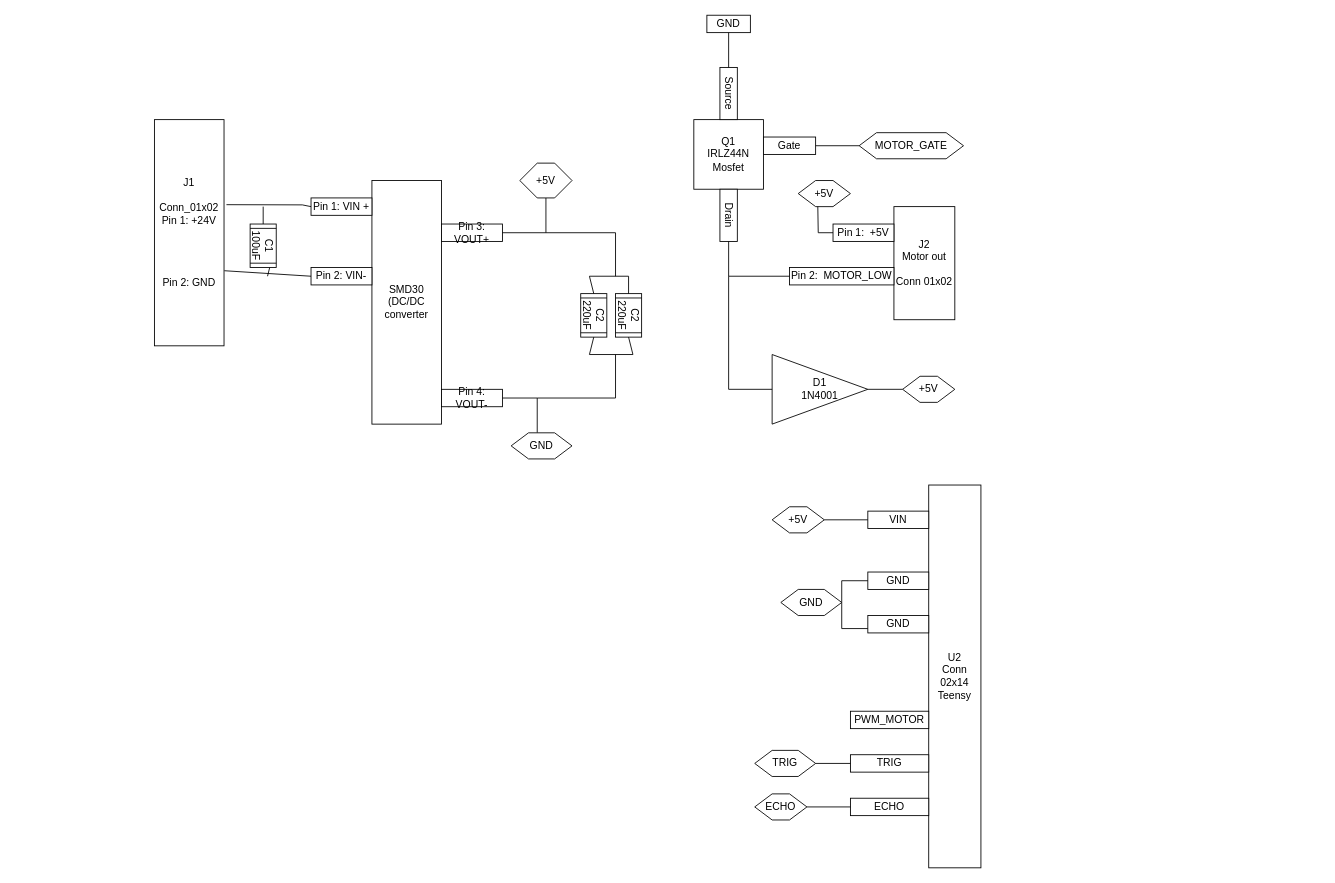
RafCosta10/TB-ELEC keeps this draw.io diagram as hardware/kicad/Tentative_Circuit.drawio. Above is the earlier version. Source tidied: cells renumbered, new cells numbered last; positions are measured from the earlier drawing's top-left corner, leaving out a move shared by most shapes. Both pictures are drawn from the tidied source at 87%, with x=0, y=0 at pixel (154, 15).
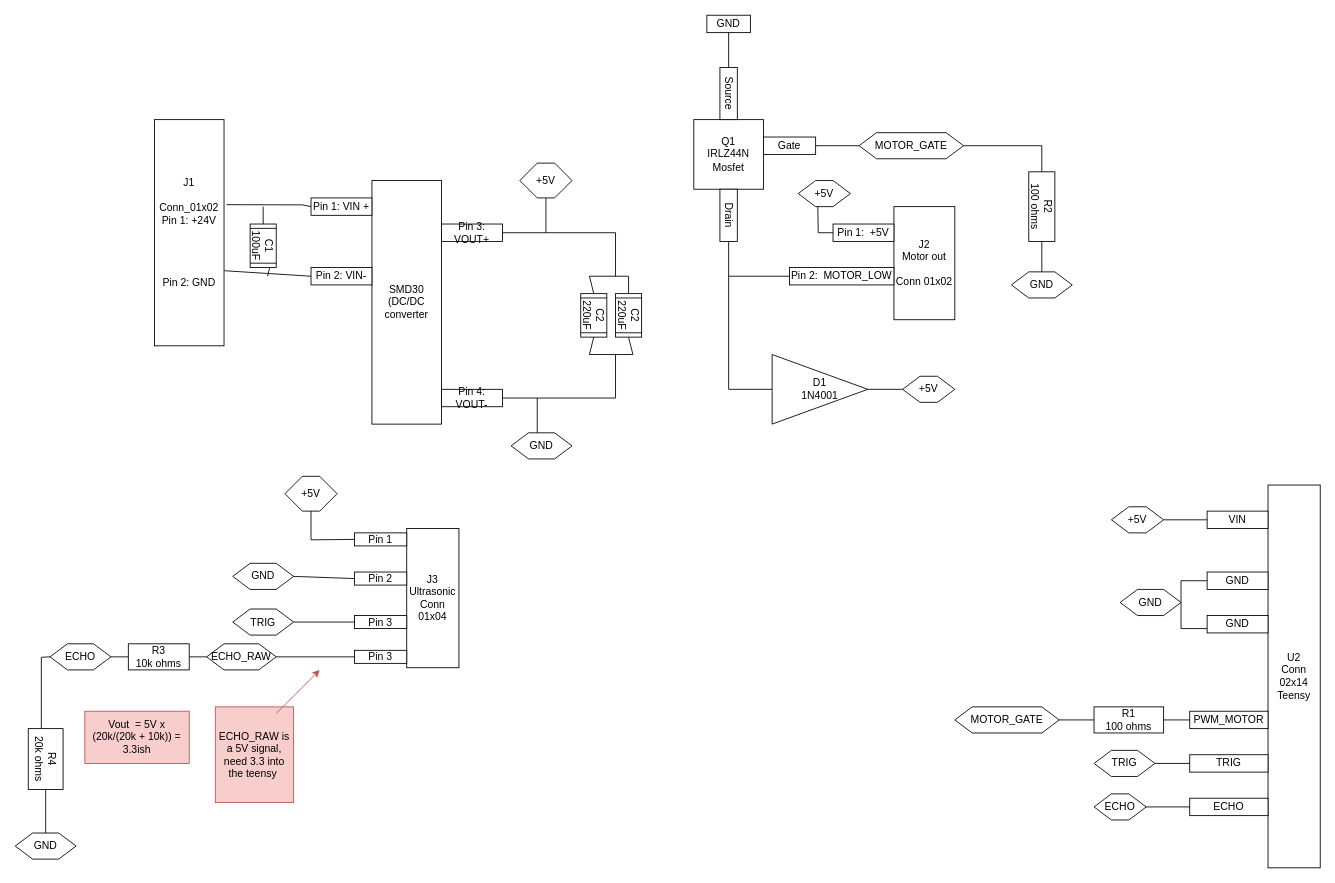
Above is the later version.

Unchanged cells that the change refers to:
```xml
<mxCell id="35" value="MOTOR_GATE" style="shape=hexagon;perimeter=hexagonPerimeter2;whiteSpace=wrap;html=1;fixedSize=1;" parent="1" vertex="1">
  <mxGeometry x="810" y="135" width="120" height="30" as="geometry" />
</mxCell>
```

Change to the diagram source:
```diff
@@
     <mxCell id="40" value="&lt;div&gt;U2&lt;/div&gt;Conn 02x14&lt;div&gt;Teensy&lt;/div&gt;" style="rounded=0;whiteSpace=wrap;html=1;" parent="1" vertex="1">
-      <mxGeometry x="890" y="540" width="60" height="440" as="geometry" />
+      <mxGeometry x="1280" y="540" width="60" height="440" as="geometry" />
     </mxCell>
     <mxCell id="41" value="VIN" style="rounded=0;whiteSpace=wrap;html=1;" parent="1" vertex="1">
-      <mxGeometry x="820" y="570" width="70" height="20" as="geometry" />
+      <mxGeometry x="1210" y="570" width="70" height="20" as="geometry" />
     </mxCell>
     <mxCell id="42" value="GND" style="rounded=0;whiteSpace=wrap;html=1;" parent="1" vertex="1">
-      <mxGeometry x="820" y="640" width="70" height="20" as="geometry" />
+      <mxGeometry x="1210" y="640" width="70" height="20" as="geometry" />
     </mxCell>
     <mxCell id="43" value="+5V" style="shape=hexagon;perimeter=hexagonPerimeter2;whiteSpace=wrap;html=1;fixedSize=1;" parent="1" vertex="1">
-      <mxGeometry x="710" y="565" width="60" height="30" as="geometry" />
+      <mxGeometry x="1100" y="565" width="60" height="30" as="geometry" />
     </mxCell>
@@
     <mxCell id="45" value="GND" style="rounded=0;whiteSpace=wrap;html=1;" parent="1" vertex="1">
-      <mxGeometry x="820" y="690" width="70" height="20" as="geometry" />
+      <mxGeometry x="1210" y="690" width="70" height="20" as="geometry" />
     </mxCell>
     <mxCell id="46" value="PWM_MOTOR" style="rounded=0;whiteSpace=wrap;html=1;" parent="1" vertex="1">
-      <mxGeometry x="800" y="800" width="90" height="20" as="geometry" />
+      <mxGeometry x="1190" y="800" width="90" height="20" as="geometry" />
     </mxCell>
     <mxCell id="47" value="TRIG" style="rounded=0;whiteSpace=wrap;html=1;" parent="1" vertex="1">
-      <mxGeometry x="800" y="850" width="90" height="20" as="geometry" />
+      <mxGeometry x="1190" y="850" width="90" height="20" as="geometry" />
     </mxCell>
     <mxCell id="48" value="ECHO" style="rounded=0;whiteSpace=wrap;html=1;" parent="1" vertex="1">
-      <mxGeometry x="800" y="900" width="90" height="20" as="geometry" />
+      <mxGeometry x="1190" y="900" width="90" height="20" as="geometry" />
     </mxCell>
     <mxCell id="49" value="TRIG" style="shape=hexagon;perimeter=hexagonPerimeter2;whiteSpace=wrap;html=1;fixedSize=1;" parent="1" vertex="1">
-      <mxGeometry x="690" y="845" width="70" height="30" as="geometry" />
+      <mxGeometry x="1080" y="845" width="70" height="30" as="geometry" />
     </mxCell>
     <mxCell id="50" value="ECHO" style="shape=hexagon;perimeter=hexagonPerimeter2;whiteSpace=wrap;html=1;fixedSize=1;" parent="1" vertex="1">
-      <mxGeometry x="690" y="895" width="60" height="30" as="geometry" />
+      <mxGeometry x="1080" y="895" width="60" height="30" as="geometry" />
     </mxCell>
@@
     <mxCell id="53" style="endArrow=none;html=1;rounded=0;entryX=0;entryY=0.5;entryDx=0;entryDy=0;exitX=0;exitY=0.75;exitDx=0;exitDy=0;" parent="1" edge="1" source="45" target="42">
       <mxGeometry relative="1" as="geometry">
         <Array as="points">
-          <mxPoint x="790" y="705" />
-          <mxPoint x="790" y="650" />
+          <mxPoint x="1180" y="705" />
+          <mxPoint x="1180" y="650" />
         </Array>
       </mxGeometry>
     </mxCell>
@@
     <mxCell id="55" value="GND" style="shape=hexagon;perimeter=hexagonPerimeter2;whiteSpace=wrap;html=1;fixedSize=1;" parent="1" vertex="1">
-      <mxGeometry x="720" y="660" width="70" height="30" as="geometry" />
+      <mxGeometry x="1110" y="660" width="70" height="30" as="geometry" />
     </mxCell>
+    <mxCell id="56" value="MOTOR_GATE" style="shape=hexagon;perimeter=hexagonPerimeter2;whiteSpace=wrap;html=1;fixedSize=1;" parent="1" vertex="1">
+      <mxGeometry x="920" y="795" width="120" height="30" as="geometry" />
+    </mxCell>
+    <mxCell id="57" value="R1&lt;div&gt;100 ohms&lt;/div&gt;" style="rounded=0;whiteSpace=wrap;html=1;" parent="1" vertex="1">
+      <mxGeometry x="1080" y="795" width="80" height="30" as="geometry" />
+    </mxCell>
+    <mxCell id="58" style="endArrow=none;html=1;rounded=0;exitX=1;exitY=0.5;exitDx=0;exitDy=0;entryX=0;entryY=0.5;entryDx=0;entryDy=0;" parent="1" edge="1" source="56" target="57">
+      <mxGeometry relative="1" as="geometry" />
+    </mxCell>
+    <mxCell id="59" style="endArrow=none;html=1;rounded=0;exitX=0;exitY=0.5;exitDx=0;exitDy=0;entryX=1;entryY=0.5;entryDx=0;entryDy=0;" parent="1" edge="1" source="46" target="57">
+      <mxGeometry relative="1" as="geometry" />
+    </mxCell>
+    <mxCell id="60" value="R2&lt;div&gt;100 ohms&lt;/div&gt;" style="rounded=0;whiteSpace=wrap;html=1;rotation=90;" parent="1" vertex="1">
+      <mxGeometry x="980" y="205" width="80" height="30" as="geometry" />
+    </mxCell>
+    <mxCell id="61" value="GND" style="shape=hexagon;perimeter=hexagonPerimeter2;whiteSpace=wrap;html=1;fixedSize=1;" parent="1" vertex="1">
+      <mxGeometry x="985" y="295" width="70" height="30" as="geometry" />
+    </mxCell>
+    <mxCell id="62" style="endArrow=none;html=1;rounded=0;exitX=0.5;exitY=0;exitDx=0;exitDy=0;entryX=1;entryY=0.5;entryDx=0;entryDy=0;" parent="1" edge="1" source="61" target="60">
+      <mxGeometry relative="1" as="geometry" />
+    </mxCell>
+    <mxCell id="63" style="endArrow=none;html=1;rounded=0;entryX=1;entryY=0.5;entryDx=0;entryDy=0;exitX=0;exitY=0.5;exitDx=0;exitDy=0;" parent="1" edge="1" source="60" target="35">
+      <mxGeometry relative="1" as="geometry">
+        <Array as="points">
+          <mxPoint x="1020" y="150" />
+        </Array>
+      </mxGeometry>
+    </mxCell>
+    <mxCell id="64" value="&lt;div&gt;J3&lt;/div&gt;&lt;div&gt;Ultrasonic&lt;/div&gt;Conn 01x04" style="rounded=0;whiteSpace=wrap;html=1;" parent="1" vertex="1">
+      <mxGeometry x="290" y="590" width="60" height="160" as="geometry" />
+    </mxCell>
+    <mxCell id="65" value="Pin 1" style="rounded=0;whiteSpace=wrap;html=1;" parent="1" vertex="1">
+      <mxGeometry x="230" y="595" width="60" height="15" as="geometry" />
+    </mxCell>
+    <mxCell id="66" value="Pin 2" style="rounded=0;whiteSpace=wrap;html=1;" parent="1" vertex="1">
+      <mxGeometry x="230" y="640" width="60" height="15" as="geometry" />
+    </mxCell>
+    <mxCell id="67" value="Pin 3" style="rounded=0;whiteSpace=wrap;html=1;" parent="1" vertex="1">
+      <mxGeometry x="230" y="690" width="60" height="15" as="geometry" />
+    </mxCell>
+    <mxCell id="68" value="+5V" style="shape=hexagon;perimeter=hexagonPerimeter2;whiteSpace=wrap;html=1;fixedSize=1;" parent="1" vertex="1">
+      <mxGeometry x="150" y="530" width="60" height="40" as="geometry" />
+    </mxCell>
+    <mxCell id="69" style="endArrow=none;html=1;rounded=0;exitX=0.5;exitY=1;exitDx=0;exitDy=0;entryX=0;entryY=0.5;entryDx=0;entryDy=0;" parent="1" edge="1" source="68" target="65">
+      <mxGeometry relative="1" as="geometry">
+        <Array as="points">
+          <mxPoint x="180" y="603" />
+        </Array>
+      </mxGeometry>
+    </mxCell>
+    <mxCell id="70" value="GND" style="shape=hexagon;perimeter=hexagonPerimeter2;whiteSpace=wrap;html=1;fixedSize=1;" parent="1" vertex="1">
+      <mxGeometry x="90" y="630" width="70" height="30" as="geometry" />
+    </mxCell>
+    <mxCell id="71" style="endArrow=none;html=1;rounded=0;exitX=1;exitY=0.5;exitDx=0;exitDy=0;entryX=0;entryY=0.5;entryDx=0;entryDy=0;" parent="1" edge="1" source="70" target="66">
+      <mxGeometry relative="1" as="geometry" />
+    </mxCell>
+    <mxCell id="72" value="TRIG" style="shape=hexagon;perimeter=hexagonPerimeter2;whiteSpace=wrap;html=1;fixedSize=1;" parent="1" vertex="1">
+      <mxGeometry x="90" y="682.5" width="70" height="30" as="geometry" />
+    </mxCell>
+    <mxCell id="73" style="endArrow=none;html=1;rounded=0;exitX=1;exitY=0.5;exitDx=0;exitDy=0;entryX=0;entryY=0.5;entryDx=0;entryDy=0;" parent="1" edge="1" source="72" target="67">
+      <mxGeometry relative="1" as="geometry" />
+    </mxCell>
+    <mxCell id="74" value="Pin 3" style="rounded=0;whiteSpace=wrap;html=1;" parent="1" vertex="1">
+      <mxGeometry x="230" y="730" width="60" height="15" as="geometry" />
+    </mxCell>
+    <mxCell id="75" style="endArrow=none;html=1;rounded=0;exitX=0;exitY=0.5;exitDx=0;exitDy=0;entryX=1;entryY=0.5;entryDx=0;entryDy=0;" parent="1" edge="1" source="74" target="76">
+      <mxGeometry relative="1" as="geometry" />
+    </mxCell>
+    <mxCell id="76" value="ECHO_RAW" style="shape=hexagon;perimeter=hexagonPerimeter2;whiteSpace=wrap;html=1;fixedSize=1;" parent="1" vertex="1">
+      <mxGeometry x="60" y="722.5" width="80" height="30" as="geometry" />
+    </mxCell>
+    <mxCell id="77" value="R3&lt;div&gt;10k ohms&lt;/div&gt;" style="rounded=0;whiteSpace=wrap;html=1;" parent="1" vertex="1">
+      <mxGeometry x="-30" y="722.5" width="70" height="30" as="geometry" />
+    </mxCell>
+    <mxCell id="78" value="ECHO" style="shape=hexagon;perimeter=hexagonPerimeter2;whiteSpace=wrap;html=1;fixedSize=1;" parent="1" vertex="1">
+      <mxGeometry x="-120" y="722.5" width="70" height="30" as="geometry" />
+    </mxCell>
+    <mxCell id="79" value="R4&lt;div&gt;20k ohms&lt;/div&gt;" style="rounded=0;whiteSpace=wrap;html=1;rotation=90;" parent="1" vertex="1">
+      <mxGeometry x="-160" y="835" width="70" height="40" as="geometry" />
+    </mxCell>
+    <mxCell id="80" style="endArrow=none;html=1;rounded=0;entryX=0;entryY=0.5;entryDx=0;entryDy=0;exitX=1;exitY=0.5;exitDx=0;exitDy=0;" parent="1" edge="1" source="77" target="76">
+      <mxGeometry relative="1" as="geometry" />
+    </mxCell>
+    <mxCell id="81" style="endArrow=none;html=1;rounded=0;entryX=1;entryY=0.5;entryDx=0;entryDy=0;exitX=0;exitY=0.5;exitDx=0;exitDy=0;" parent="1" edge="1" source="77" target="78">
+      <mxGeometry relative="1" as="geometry" />
+    </mxCell>
+    <mxCell id="82" style="endArrow=none;html=1;rounded=0;entryX=0;entryY=0.5;entryDx=0;entryDy=0;" parent="1" edge="1" target="78">
+      <mxGeometry relative="1" as="geometry">
+        <mxPoint x="-130" y="820" as="sourcePoint" />
+        <Array as="points">
+          <mxPoint x="-130" y="738" />
+        </Array>
+      </mxGeometry>
+    </mxCell>
+    <mxCell id="83" value="GND" style="shape=hexagon;perimeter=hexagonPerimeter2;whiteSpace=wrap;html=1;fixedSize=1;" parent="1" vertex="1">
+      <mxGeometry x="-160" y="940" width="70" height="30" as="geometry" />
+    </mxCell>
+    <mxCell id="84" style="endArrow=none;html=1;rounded=0;entryX=0.5;entryY=0;entryDx=0;entryDy=0;exitX=1;exitY=0.5;exitDx=0;exitDy=0;" parent="1" edge="1" source="79" target="83">
+      <mxGeometry relative="1" as="geometry" />
+    </mxCell>
+    <mxCell id="85" value="ECHO_RAW is a 5V signal, need 3.3 into the teensy&amp;nbsp;" style="text;html=1;whiteSpace=wrap;strokeColor=#b85450;fillColor=#f8cecc;align=center;verticalAlign=middle;rounded=0;" parent="1" vertex="1">
+      <mxGeometry x="70" y="795" width="90" height="110" as="geometry" />
+    </mxCell>
+    <mxCell id="86" style="endArrow=classic;html=1;rounded=0;fillColor=#f8cecc;strokeColor=#b85450;" parent="1" edge="1">
+      <mxGeometry relative="1" as="geometry">
+        <mxPoint x="140" y="802.5" as="sourcePoint" />
+        <mxPoint x="190" y="752.5" as="targetPoint" />
+      </mxGeometry>
+    </mxCell>
+    <mxCell id="87" value="Vout&amp;nbsp; = 5V x (20k/(20k + 10k)) = 3.3ish" style="rounded=0;whiteSpace=wrap;html=1;fillColor=#f8cecc;strokeColor=#b85450;" parent="1" vertex="1">
+      <mxGeometry x="-80" y="800" width="120" height="60" as="geometry" />
+    </mxCell>
```
